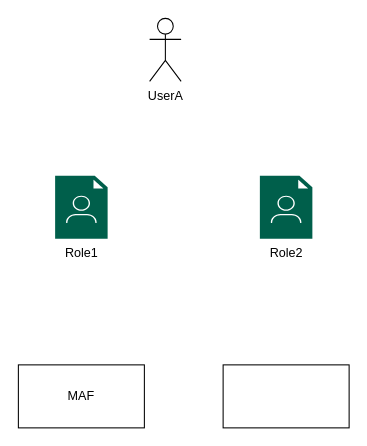
This is FIF.drawio from paidaxingz/draw.io, a draw.io file, before an edit. Source tidied: cells renumbered, new cells numbered last; positions are measured from the earlier drawing's top-left corner, leaving out a move shared by most shapes. Both pictures are drawn from the tidied source at 105%, with x=0, y=0 at pixel (18, 18).
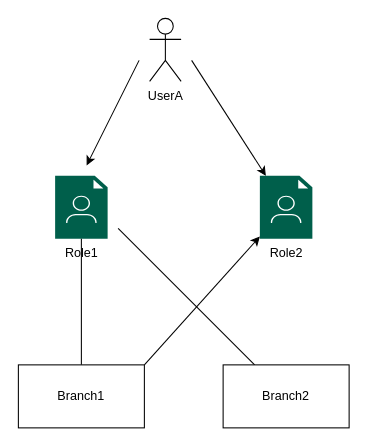
The same page after the edit.

What changed in the source:
```diff
@@
 <mxGraphModel>
   <root>
     <mxCell id="0" />
     <mxCell id="1" parent="0" />
+    <mxCell id="7" style="rounded=0;orthogonalLoop=1;jettySize=auto;html=1;" parent="1" edge="1">
+      <mxGeometry relative="1" as="geometry">
+        <mxPoint x="115" y="40" as="sourcePoint" />
+        <mxPoint x="65" y="140" as="targetPoint" />
+      </mxGeometry>
+    </mxCell>
+    <mxCell id="8" style="rounded=0;jettySize=auto;html=1;" parent="1" edge="1" target="4">
+      <mxGeometry relative="1" as="geometry">
+        <mxPoint x="165" y="40" as="sourcePoint" />
+      </mxGeometry>
+    </mxCell>
     <mxCell id="2" value="UserA" style="shape=umlActor;verticalLabelPosition=bottom;verticalAlign=top;html=1;" parent="1" vertex="1">
       <mxGeometry x="125" width="30" height="60" as="geometry" />
     </mxCell>
     <mxCell id="3" value="Role1" style="sketch=0;shadow=0;dashed=0;html=1;strokeColor=none;fillColor=#005F4B;labelPosition=center;verticalLabelPosition=bottom;verticalAlign=top;align=center;outlineConnect=0;shape=mxgraph.veeam2.role;" parent="1" vertex="1">
       <mxGeometry x="35" y="150" width="50" height="60" as="geometry" />
     </mxCell>
     <mxCell id="4" value="Role2" style="sketch=0;shadow=0;dashed=0;html=1;strokeColor=none;fillColor=#005F4B;labelPosition=center;verticalLabelPosition=bottom;verticalAlign=top;align=center;outlineConnect=0;shape=mxgraph.veeam2.role;" parent="1" vertex="1">
       <mxGeometry x="230" y="150" width="50" height="60" as="geometry" />
     </mxCell>
+    <mxCell id="9" style="edgeStyle=orthogonalEdgeStyle;rounded=0;jettySize=auto;html=1;exitX=0.5;exitY=0;exitDx=0;exitDy=0;endArrow=none;endFill=0;" parent="1" edge="1" source="5" target="3">
+      <mxGeometry relative="1" as="geometry" />
+    </mxCell>
+    <mxCell id="10" style="rounded=0;jettySize=auto;html=1;exitX=1;exitY=0;exitDx=0;exitDy=0;" parent="1" edge="1" source="5" target="4">
+      <mxGeometry relative="1" as="geometry" />
+    </mxCell>
-    <mxCell id="5" value="MAF" style="rounded=0;whiteSpace=wrap;html=1;" parent="1" vertex="1">
+    <mxCell id="5" value="Branch1" style="rounded=0;whiteSpace=wrap;html=1;" parent="1" vertex="1">
       <mxGeometry y="330" width="120" height="60" as="geometry" />
     </mxCell>
+    <mxCell id="11" style="rounded=0;jettySize=auto;html=1;exitX=0.25;exitY=0;exitDx=0;exitDy=0;endArrow=none;endFill=0;" parent="1" edge="1" source="6">
+      <mxGeometry relative="1" as="geometry">
+        <mxPoint x="95" y="200" as="targetPoint" />
+      </mxGeometry>
+    </mxCell>
-    <mxCell id="6" style="rounded=0;whiteSpace=wrap;html=1;" parent="1" vertex="1">
+    <mxCell id="6" value="Branch2" style="rounded=0;whiteSpace=wrap;html=1;" parent="1" vertex="1">
       <mxGeometry x="195" y="330" width="120" height="60" as="geometry" />
     </mxCell>
   </root>
 </mxGraphModel>
```
